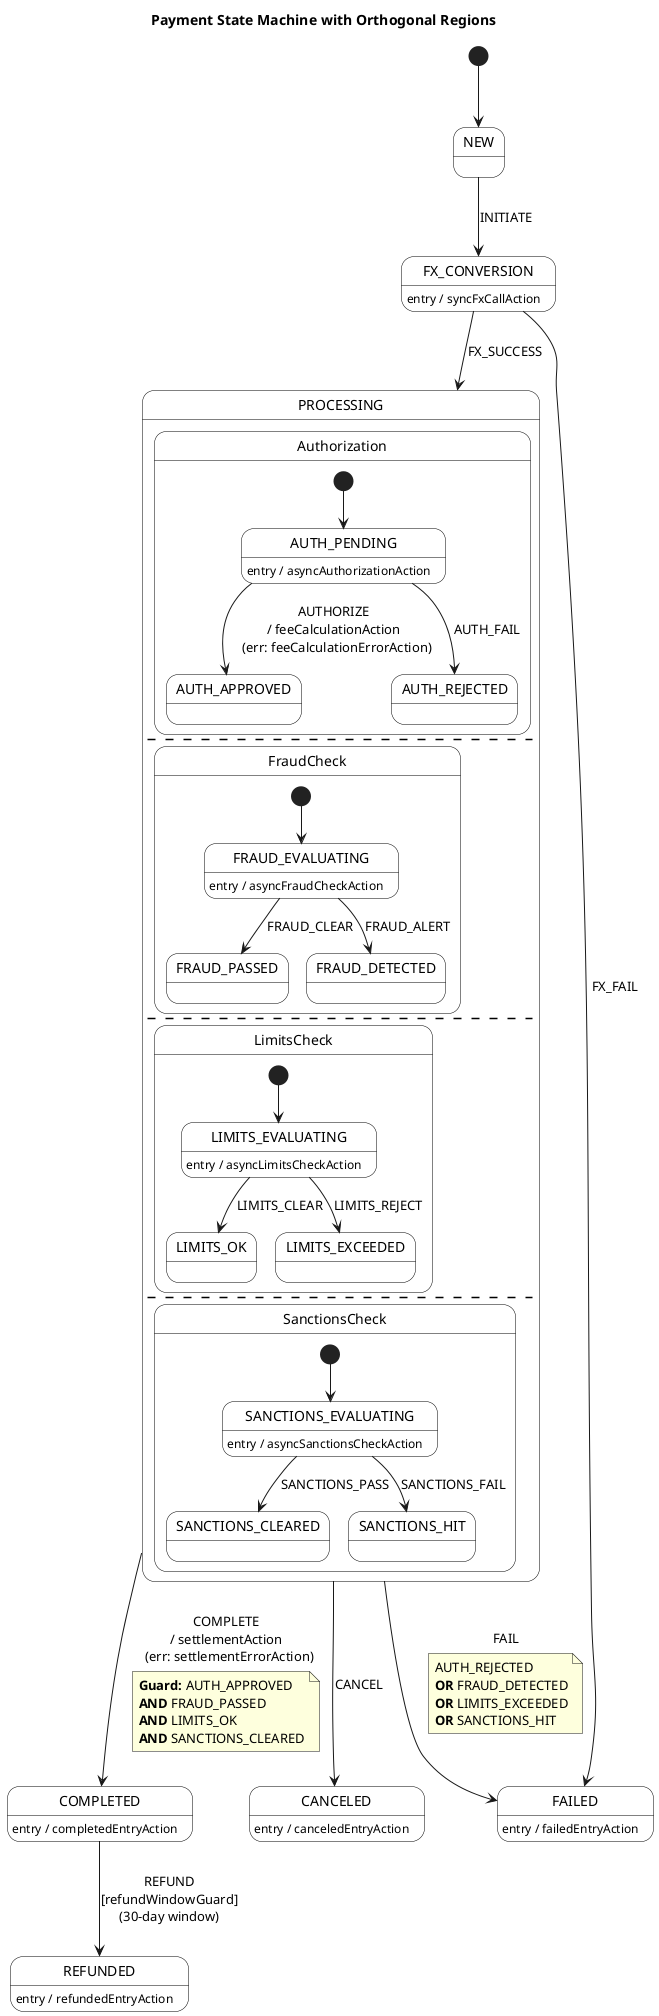
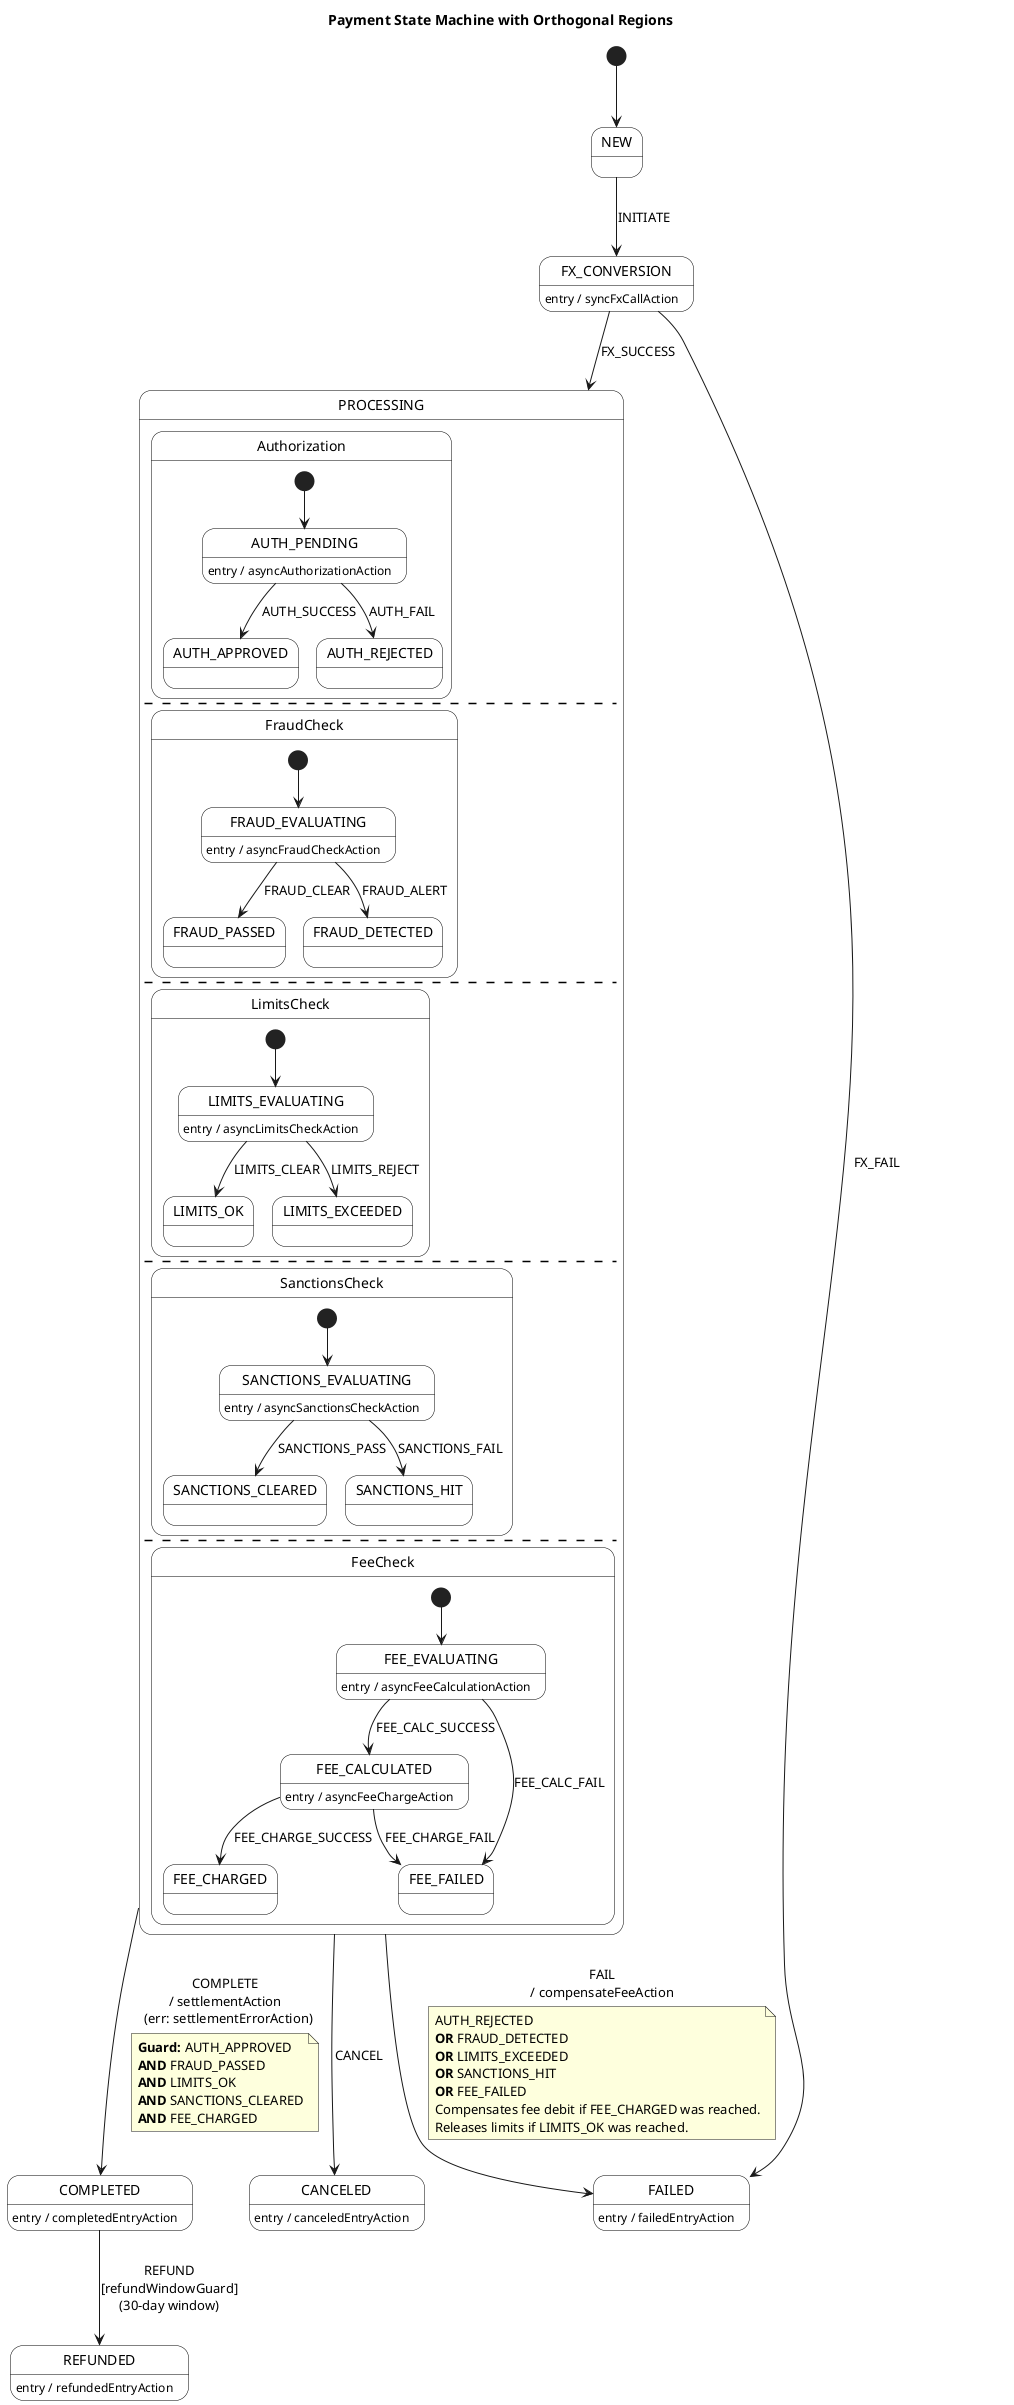
@startuml
skinparam state {
  BackgroundColor White
  BorderColor Black
}

title Payment State Machine with Orthogonal Regions

[*] --> NEW

NEW --> FX_CONVERSION : INITIATE

state FX_CONVERSION {
  FX_CONVERSION : entry / syncFxCallAction
}
FX_CONVERSION --> PROCESSING : FX_SUCCESS
FX_CONVERSION --> FAILED : FX_FAIL

state PROCESSING {
  state Authorization {
    [*] --> AUTH_PENDING
    AUTH_PENDING : entry / asyncAuthorizationAction

-     AUTH_PENDING --> AUTH_APPROVED : AUTHORIZE\n/ feeCalculationAction\n  (err: feeCalculationErrorAction)
+     AUTH_PENDING --> AUTH_APPROVED : AUTH_SUCCESS
    AUTH_PENDING --> AUTH_REJECTED : AUTH_FAIL
  }

  --

  state FraudCheck {
    [*] --> FRAUD_EVALUATING
    FRAUD_EVALUATING : entry / asyncFraudCheckAction
    FRAUD_EVALUATING --> FRAUD_PASSED  : FRAUD_CLEAR
    FRAUD_EVALUATING --> FRAUD_DETECTED : FRAUD_ALERT
  }

  --

  state LimitsCheck {
    [*] --> LIMITS_EVALUATING
    LIMITS_EVALUATING : entry / asyncLimitsCheckAction
    LIMITS_EVALUATING --> LIMITS_OK : LIMITS_CLEAR
    LIMITS_EVALUATING --> LIMITS_EXCEEDED : LIMITS_REJECT
  }

  --

  state SanctionsCheck {
    [*] --> SANCTIONS_EVALUATING
    SANCTIONS_EVALUATING : entry / asyncSanctionsCheckAction
    SANCTIONS_EVALUATING --> SANCTIONS_CLEARED : SANCTIONS_PASS
    SANCTIONS_EVALUATING --> SANCTIONS_HIT : SANCTIONS_FAIL
  }
+ 
+   --
+ 
+   state FeeCheck {
+     [*] --> FEE_EVALUATING
+     FEE_EVALUATING : entry / asyncFeeCalculationAction
+     FEE_EVALUATING --> FEE_CALCULATED : FEE_CALC_SUCCESS
+     FEE_CALCULATED : entry / asyncFeeChargeAction
+     FEE_CALCULATED --> FEE_CHARGED : FEE_CHARGE_SUCCESS
+     FEE_EVALUATING --> FEE_FAILED : FEE_CALC_FAIL
+     FEE_CALCULATED --> FEE_FAILED : FEE_CHARGE_FAIL
+   }
}

PROCESSING --> COMPLETED : COMPLETE\n/ settlementAction\n  (err: settlementErrorAction)
note on link
  **Guard:** AUTH_APPROVED
  **AND** FRAUD_PASSED
  **AND** LIMITS_OK
  **AND** SANCTIONS_CLEARED
+   **AND** FEE_CHARGED
end note

- PROCESSING --> FAILED : FAIL
+ PROCESSING --> FAILED : FAIL\n/ compensateFeeAction
note on link
  AUTH_REJECTED
  **OR** FRAUD_DETECTED
  **OR** LIMITS_EXCEEDED
  **OR** SANCTIONS_HIT
+   **OR** FEE_FAILED
+   Compensates fee debit if FEE_CHARGED was reached.
+   Releases limits if LIMITS_OK was reached.
end note

PROCESSING --> CANCELED : CANCEL

state COMPLETED {
  COMPLETED : entry / completedEntryAction
}

state FAILED {
  FAILED : entry / failedEntryAction
}

state CANCELED {
  CANCELED : entry / canceledEntryAction
}

COMPLETED --> REFUNDED : REFUND\n[refundWindowGuard]\n(30-day window)

state REFUNDED {
  REFUNDED : entry / refundedEntryAction
}

@enduml
